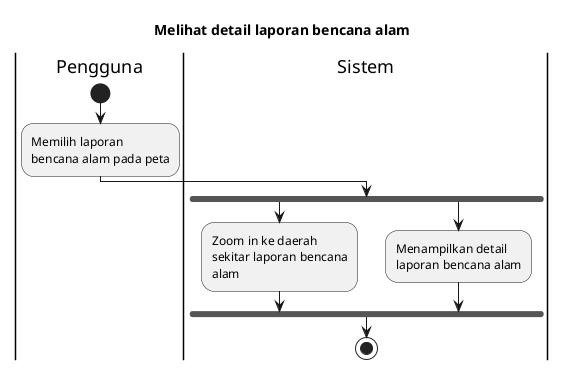
This is export/Activity Diagrams/UC-MAP - Peta Bencana/UC-MAP-008 - Melihat detail laporan bencana alam.png from bagusNA/appl-diagrams, a PlantUML export, as it was before one commit. The source it was exported from:
```plantuml
@startuml
skinparam wrapWidth 140

title Melihat detail laporan bencana alam

|Pengguna|
start
:Memilih laporan bencana alam pada peta;

|Sistem|
fork
  :Zoom in ke daerah sekitar laporan bencana alam;
fork again
  :Menampilkan detail laporan bencana alam;
endfork

stop
@enduml
```
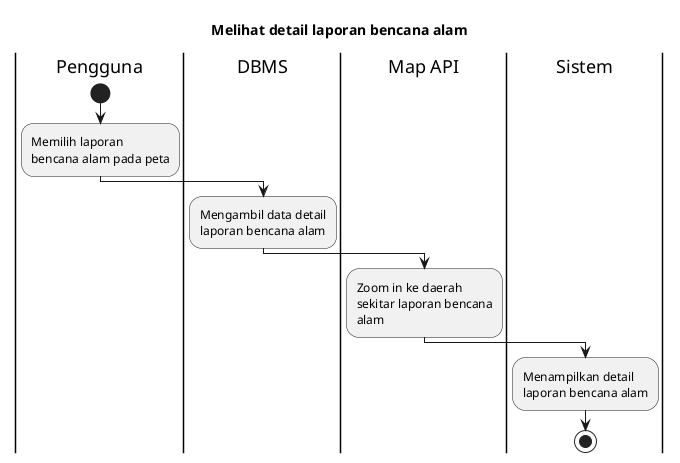
After the commit.

Change to the diagram source:
```diff
@@ -7,12 +7,14 @@
 start
 :Memilih laporan bencana alam pada peta;
 
+|DBMS|
+:Mengambil data detail laporan bencana alam;
+
+|Map API|
+:Zoom in ke daerah sekitar laporan bencana alam;
+
 |Sistem|
-fork
-  :Zoom in ke daerah sekitar laporan bencana alam;
-fork again
-  :Menampilkan detail laporan bencana alam;
-endfork
+:Menampilkan detail laporan bencana alam;
 
 stop
 @enduml
```
